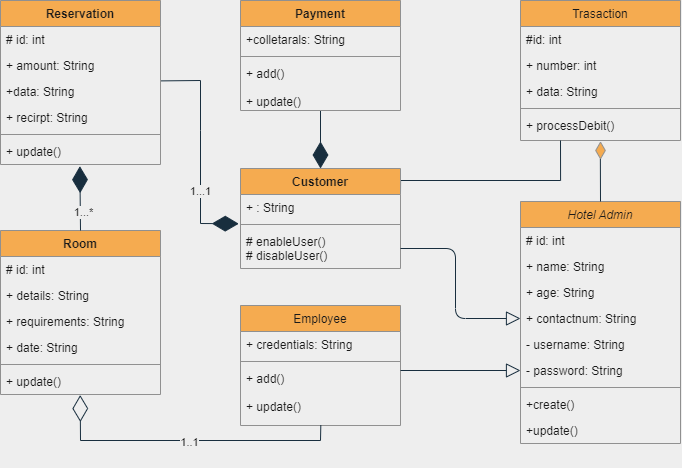
The draw.io diagram Hotel Management System.drawio.png in Mangkhalet/Java-Hotel-Management, before a commit. Source tidied: cells renumbered, new cells last; positions are measured from the earlier drawing's top-left corner, leaving out a move shared by most shapes.
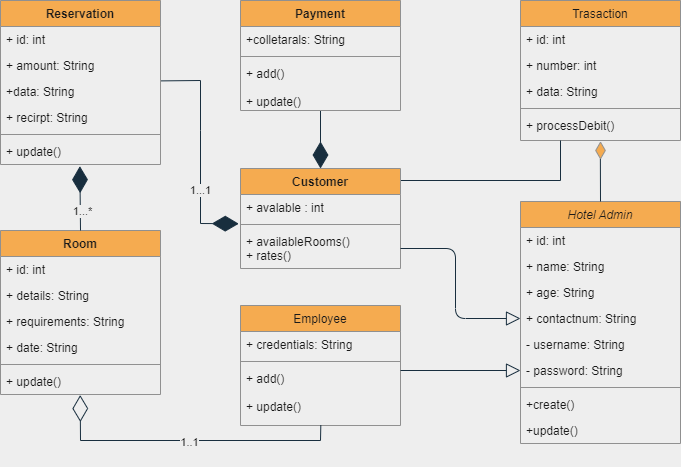
Later version of the same file.

The edit, as a diff of the source:
```diff
@@ -5,7 +5,7 @@
     <mxCell id="2" value="Hotel Admin" style="swimlane;fontStyle=2;align=center;verticalAlign=top;horizontal=1;startSize=26;rounded=0;shadow=0;strokeWidth=1;fillColor=#F5AB50;strokeColor=#909090;fontColor=#1A1A1A;" parent="1" vertex="1">
       <mxGeometry x="520" y="201" width="160" height="242" as="geometry" />
     </mxCell>
-    <mxCell id="3" value="# id: int" style="text;align=left;verticalAlign=top;spacingLeft=4;spacingRight=4;overflow=hidden;fontColor=#1A1A1A;" parent="2" vertex="1">
+    <mxCell id="3" value="+ id: int" style="text;align=left;verticalAlign=top;spacingLeft=4;spacingRight=4;overflow=hidden;fontColor=#1A1A1A;" parent="2" vertex="1">
       <mxGeometry y="26" width="160" height="26" as="geometry" />
     </mxCell>
     <mxCell id="4" value="+ name: String" style="text;align=left;verticalAlign=top;spacingLeft=4;spacingRight=4;overflow=hidden;fontColor=#1A1A1A;" parent="2" vertex="1">
@@ -47,7 +47,7 @@
     <mxCell id="16" value="Trasaction" style="swimlane;fontStyle=0;align=center;verticalAlign=top;horizontal=1;startSize=26;rounded=0;shadow=0;strokeWidth=1;fillColor=#F5AB50;strokeColor=#909090;fontColor=#1A1A1A;" parent="1" vertex="1">
       <mxGeometry x="520" width="160" height="140" as="geometry" />
     </mxCell>
-    <mxCell id="17" value="#id: int" style="text;align=left;verticalAlign=top;spacingLeft=4;spacingRight=4;overflow=hidden;fontColor=#1A1A1A;" parent="16" vertex="1">
+    <mxCell id="17" value="+ id: int" style="text;align=left;verticalAlign=top;spacingLeft=4;spacingRight=4;overflow=hidden;fontColor=#1A1A1A;" parent="16" vertex="1">
       <mxGeometry y="26" width="160" height="26" as="geometry" />
     </mxCell>
     <mxCell id="18" value="+ number: int" style="text;align=left;verticalAlign=top;spacingLeft=4;spacingRight=4;overflow=hidden;rounded=0;shadow=0;html=0;fontColor=#1A1A1A;" parent="16" vertex="1">
@@ -79,13 +79,13 @@
     <mxCell id="25" value="Customer" style="swimlane;fontStyle=1;align=center;verticalAlign=top;horizontal=1;startSize=26;fillColor=#F5AB50;strokeColor=#909090;fontColor=#1A1A1A;" parent="1" vertex="1">
       <mxGeometry x="240" y="168" width="160" height="100" as="geometry" />
     </mxCell>
-    <mxCell id="26" value="+ : String" style="text;strokeColor=none;fillColor=none;align=left;verticalAlign=top;spacingLeft=4;spacingRight=4;overflow=hidden;points=[[0,0.5],[1,0.5]];portConstraint=eastwest;fontColor=#1A1A1A;" parent="25" vertex="1">
+    <mxCell id="26" value="+ avalable : int" style="text;strokeColor=none;fillColor=none;align=left;verticalAlign=top;spacingLeft=4;spacingRight=4;overflow=hidden;points=[[0,0.5],[1,0.5]];portConstraint=eastwest;fontColor=#1A1A1A;" parent="25" vertex="1">
       <mxGeometry y="26" width="160" height="26" as="geometry" />
     </mxCell>
     <mxCell id="27" style="line;strokeWidth=1;fillColor=none;align=left;verticalAlign=middle;spacingTop=-1;spacingLeft=3;spacingRight=3;labelPosition=right;labelBackgroundColor=#EEEEEE;strokeColor=#909090;fontColor=#1A1A1A;" parent="25" vertex="1">
       <mxGeometry y="52" width="160" height="8" as="geometry" />
     </mxCell>
-    <mxCell id="28" value="# enableUser()&#10;# disableUser()" style="text;strokeColor=none;fillColor=none;align=left;verticalAlign=top;spacingLeft=4;spacingRight=4;overflow=hidden;points=[[0,0.5],[1,0.5]];portConstraint=eastwest;fontColor=#1A1A1A;" parent="25" vertex="1">
+    <mxCell id="28" value="+ availableRooms()&#10;+ rates()&#10;" style="text;strokeColor=none;fillColor=none;align=left;verticalAlign=top;spacingLeft=4;spacingRight=4;overflow=hidden;points=[[0,0.5],[1,0.5]];portConstraint=eastwest;fontColor=#1A1A1A;" parent="25" vertex="1">
       <mxGeometry y="60" width="160" height="40" as="geometry" />
     </mxCell>
     <mxCell id="29" style="edgeStyle=orthogonalEdgeStyle;rounded=0;jettySize=auto;html=1;exitX=0.5;exitY=1;exitDx=0;exitDy=0;entryX=0.5;entryY=0;entryDx=0;entryDy=0;endArrow=diamondThin;endFill=1;strokeColor=#182E3E;strokeWidth=1;startSize=12;endSize=24;labelBackgroundColor=#EEEEEE;fontColor=#1A1A1A;" parent="1" edge="1" source="30" target="25">
@@ -106,7 +106,7 @@
     <mxCell id="34" value="Reservation" style="swimlane;fontStyle=1;align=center;verticalAlign=top;horizontal=1;startSize=26;fillColor=#F5AB50;strokeColor=#909090;fontColor=#1A1A1A;" parent="1" vertex="1">
       <mxGeometry width="160" height="164" as="geometry" />
     </mxCell>
-    <mxCell id="35" value="# id: int" style="text;strokeColor=none;fillColor=none;align=left;verticalAlign=top;spacingLeft=4;spacingRight=4;overflow=hidden;fontColor=#1A1A1A;" parent="34" vertex="1">
+    <mxCell id="35" value="+ id: int" style="text;strokeColor=none;fillColor=none;align=left;verticalAlign=top;spacingLeft=4;spacingRight=4;overflow=hidden;fontColor=#1A1A1A;" parent="34" vertex="1">
       <mxGeometry y="26" width="160" height="26" as="geometry" />
     </mxCell>
     <mxCell id="36" value="+ amount: String" style="text;strokeColor=none;fillColor=none;align=left;verticalAlign=top;spacingLeft=4;spacingRight=4;overflow=hidden;fontColor=#1A1A1A;" parent="34" vertex="1">
@@ -127,7 +127,7 @@
     <mxCell id="41" value="Room" style="swimlane;fontStyle=1;align=center;verticalAlign=top;horizontal=1;startSize=26;fillColor=#F5AB50;strokeColor=#909090;fontColor=#1A1A1A;" parent="1" vertex="1">
       <mxGeometry y="230" width="160" height="164" as="geometry" />
     </mxCell>
-    <mxCell id="42" value="# id: int" style="text;strokeColor=none;fillColor=none;align=left;verticalAlign=top;spacingLeft=4;spacingRight=4;overflow=hidden;fontColor=#1A1A1A;" parent="41" vertex="1">
+    <mxCell id="42" value="+ id: int" style="text;strokeColor=none;fillColor=none;align=left;verticalAlign=top;spacingLeft=4;spacingRight=4;overflow=hidden;fontColor=#1A1A1A;" parent="41" vertex="1">
       <mxGeometry y="26" width="160" height="26" as="geometry" />
     </mxCell>
     <mxCell id="43" value="+ details: String" style="text;strokeColor=none;fillColor=none;align=left;verticalAlign=top;spacingLeft=4;spacingRight=4;overflow=hidden;fontColor=#1A1A1A;" parent="41" vertex="1">
```
